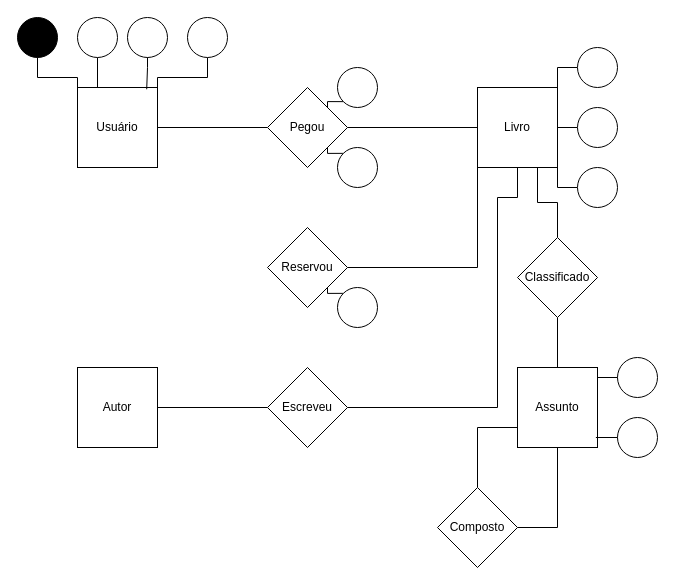
Earlier version of the draw.io diagram Diagrama sem nome.drawio (Aliel101/Aliel101-Atividades). Source tidied: cells renumbered, new cells numbered last; positions are measured from the earlier drawing's top-left corner, leaving out a move shared by most shapes. Both pictures are drawn from the tidied source at 100%, with x=0, y=0 at pixel (17, 17).
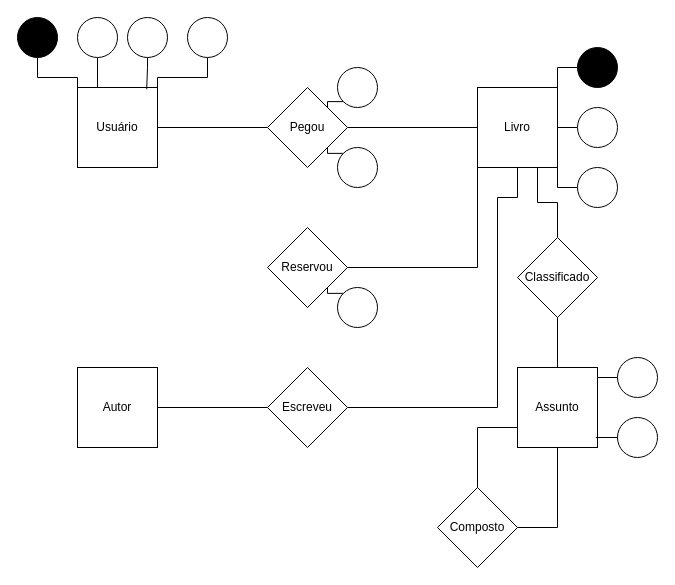
Above is the later version.

Commit message:
Diagrama DER 02.drawio

What changed in the source:
```diff
@@
-    <mxCell id="18" style="ellipse;whiteSpace=wrap;html=1;fillColor=#FFFFFF;" parent="1" vertex="1">
+    <mxCell id="18" style="ellipse;whiteSpace=wrap;html=1;fillColor=#000000;" parent="1" vertex="1">
       <mxGeometry x="560" y="30" width="40" height="40" as="geometry" />
     </mxCell>
```
